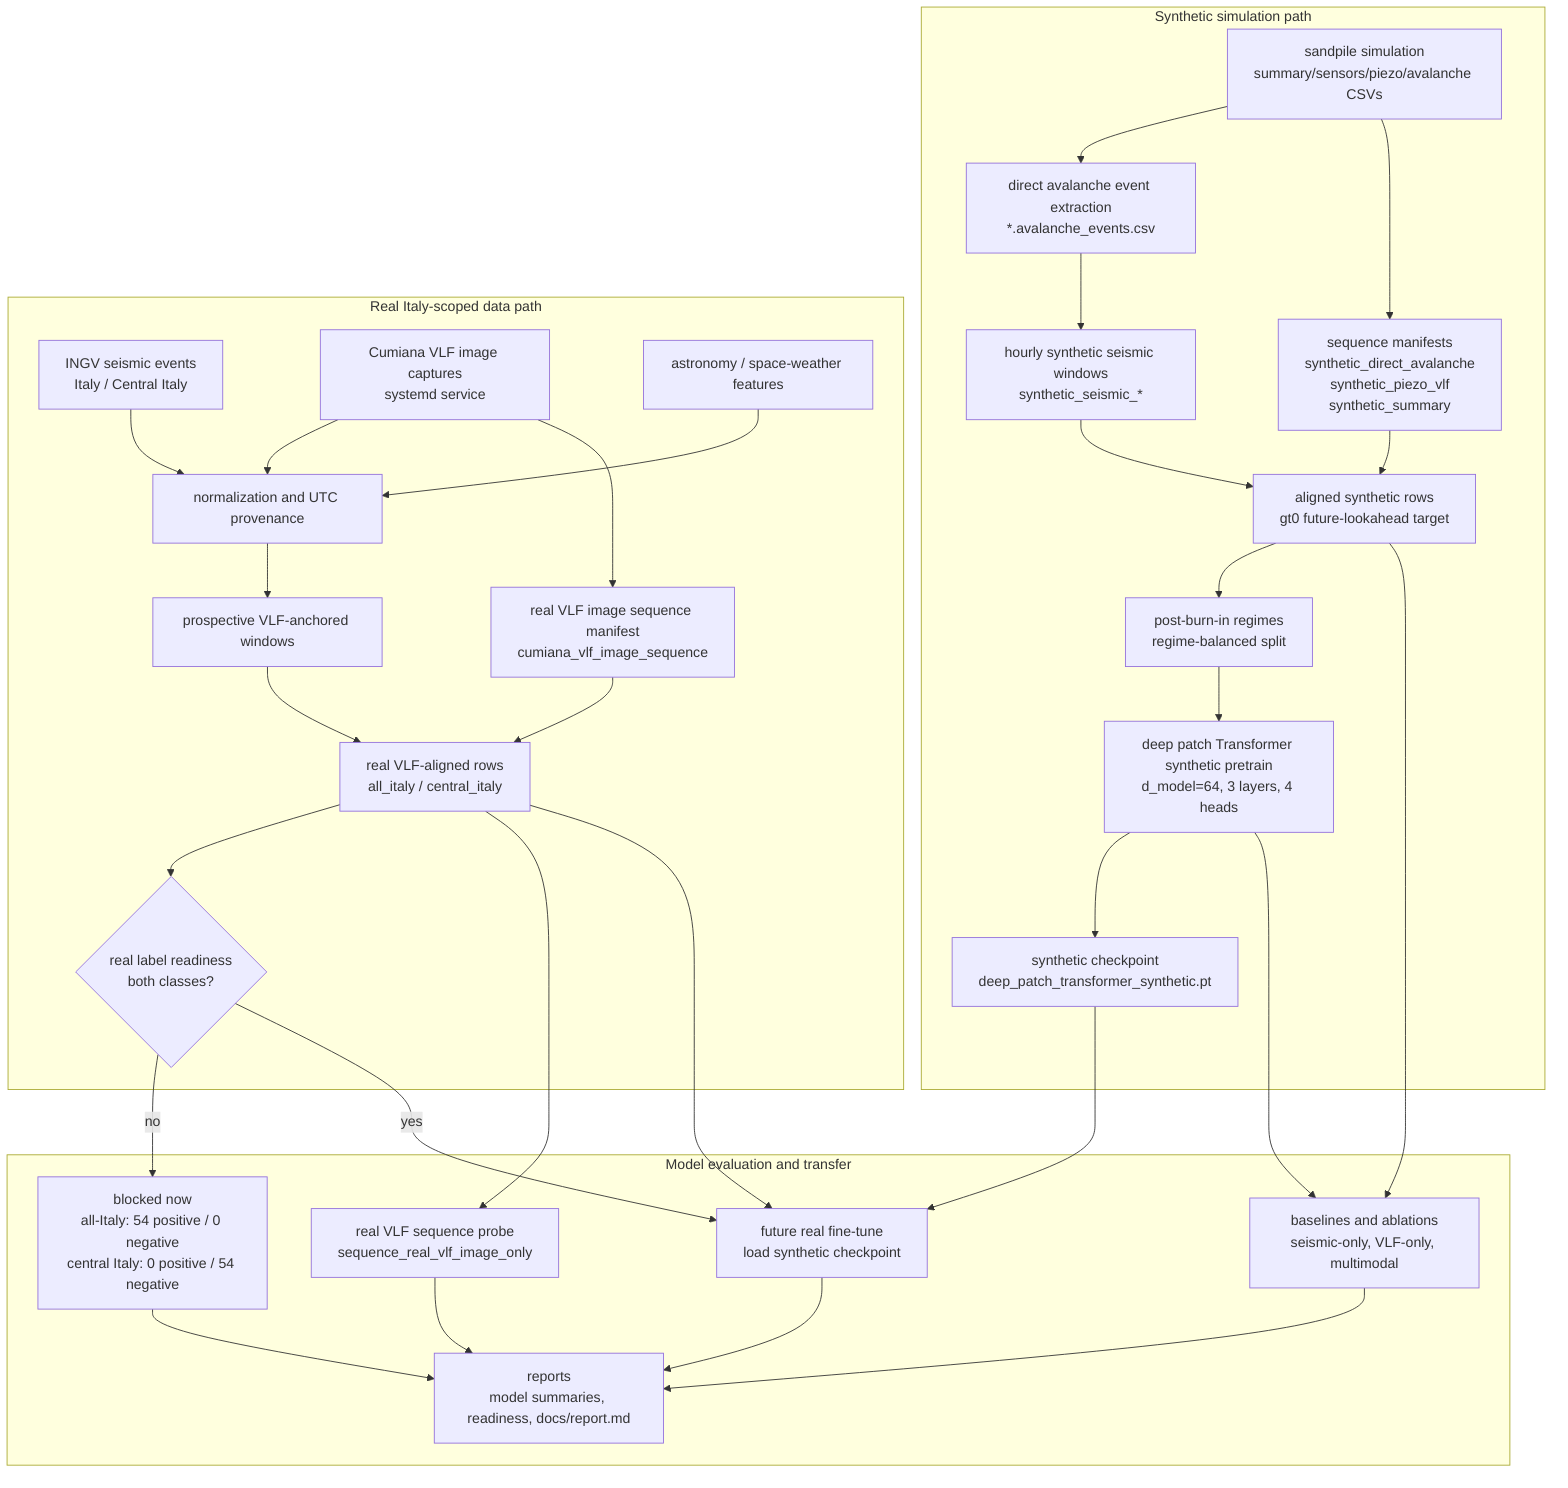
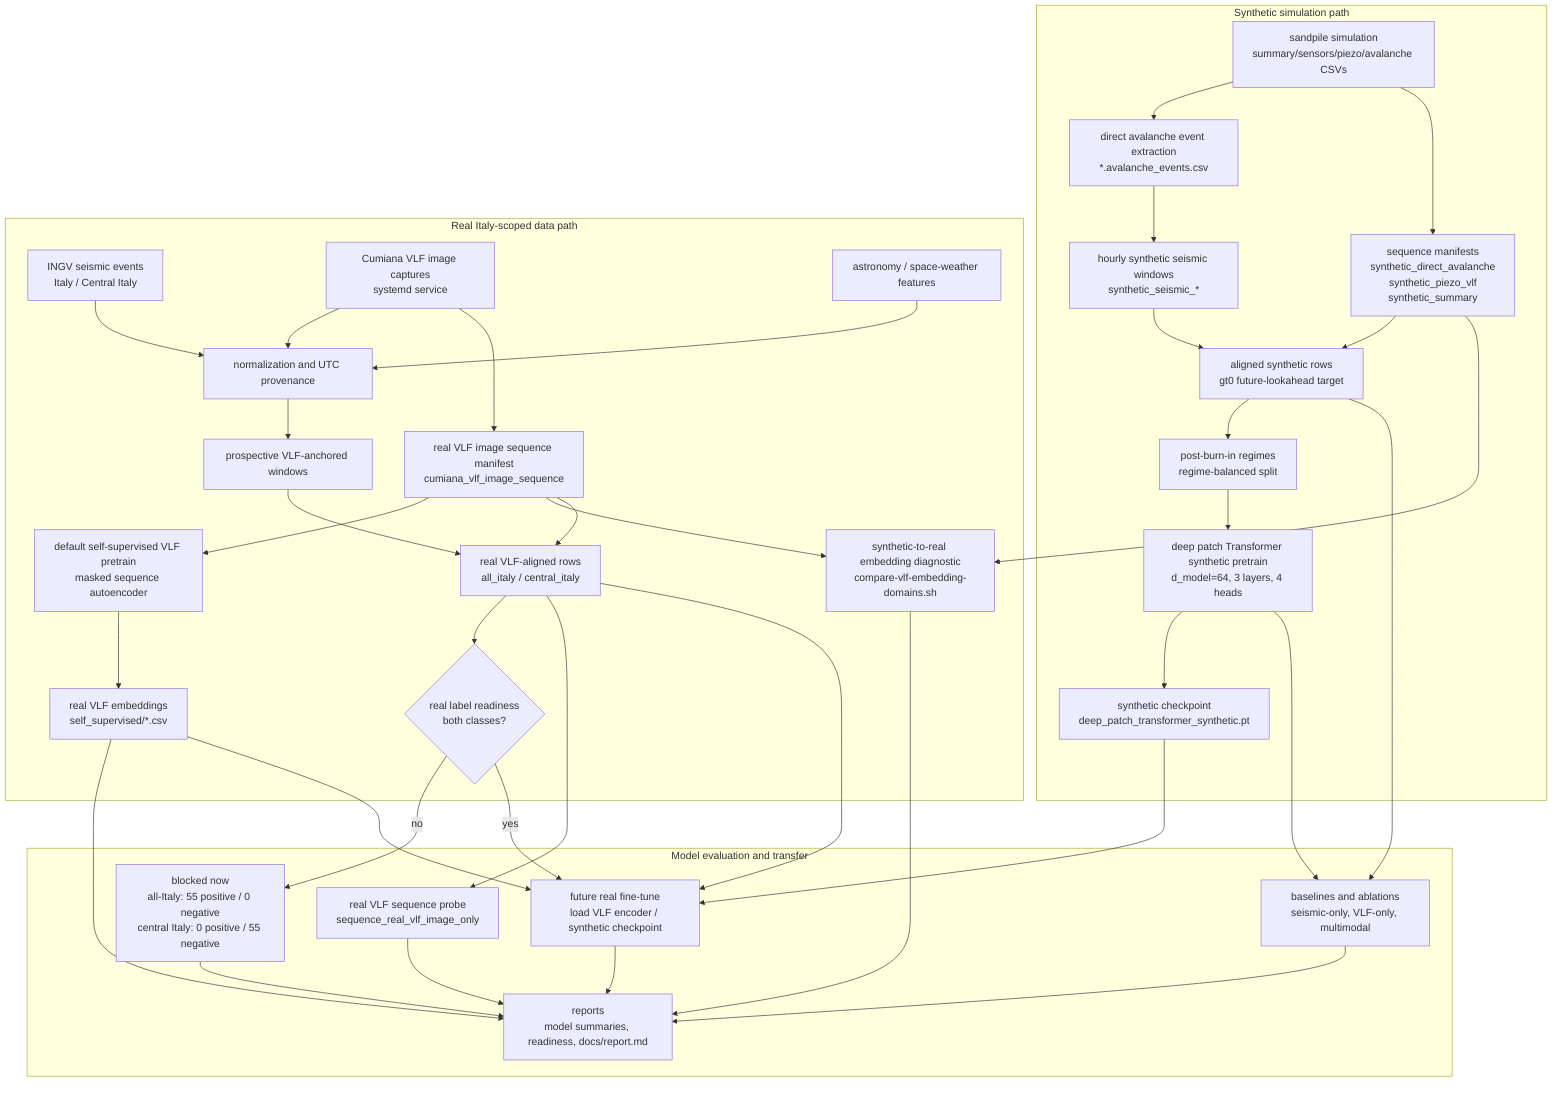
flowchart TD
  subgraph Synthetic["Synthetic simulation path"]
    Sim["sandpile simulation<br/>summary/sensors/piezo/avalanche CSVs"]
    SimEvents["direct avalanche event extraction<br/>*.avalanche_events.csv"]
    SimWindows["hourly synthetic seismic windows<br/>synthetic_seismic_*"]
    SimSeq["sequence manifests<br/>synthetic_direct_avalanche<br/>synthetic_piezo_vlf<br/>synthetic_summary"]
    SimAligned["aligned synthetic rows<br/>gt0 future-lookahead target"]
    Regimes["post-burn-in regimes<br/>regime-balanced split"]
    DeepTrain["deep patch Transformer synthetic pretrain<br/>d_model=64, 3 layers, 4 heads"]
    Checkpoint["synthetic checkpoint<br/>deep_patch_transformer_synthetic.pt"]

    Sim --> SimEvents --> SimWindows
    Sim --> SimSeq
    SimWindows --> SimAligned
    SimSeq --> SimAligned
    SimAligned --> Regimes --> DeepTrain --> Checkpoint
  end

  subgraph Real["Real Italy-scoped data path"]
    INGV["INGV seismic events<br/>Italy / Central Italy"]
    VLF["Cumiana VLF image captures<br/>systemd service"]
    Astro["astronomy / space-weather features"]
    Norm["normalization and UTC provenance"]
    Prospective["prospective VLF-anchored windows"]
    RealSeq["real VLF image sequence manifest<br/>cumiana_vlf_image_sequence"]
+     SelfSup["default self-supervised VLF pretrain<br/>masked sequence autoencoder"]
+     VLFEmbedding["real VLF embeddings<br/>self_supervised/*.csv"]
+     DomainDiag["synthetic-to-real embedding diagnostic<br/>compare-vlf-embedding-domains.sh"]
    RealAligned["real VLF-aligned rows<br/>all_italy / central_italy"]
    Readiness{"real label readiness<br/>both classes?"}

    INGV --> Norm
    VLF --> Norm
    Astro --> Norm
    Norm --> Prospective
    VLF --> RealSeq
+     RealSeq --> SelfSup --> VLFEmbedding
+     RealSeq --> DomainDiag
    Prospective --> RealAligned
    RealSeq --> RealAligned
    RealAligned --> Readiness
  end

  subgraph Modeling["Model evaluation and transfer"]
    Baselines["baselines and ablations<br/>seismic-only, VLF-only, multimodal"]
    Probe["real VLF sequence probe<br/>sequence_real_vlf_image_only"]
-     FineTune["future real fine-tune<br/>load synthetic checkpoint"]
-     Blocked["blocked now<br/>all-Italy: 54 positive / 0 negative<br/>central Italy: 0 positive / 54 negative"]
+     FineTune["future real fine-tune<br/>load VLF encoder / synthetic checkpoint"]
+     Blocked["blocked now<br/>all-Italy: 55 positive / 0 negative<br/>central Italy: 0 positive / 55 negative"]
    Reports["reports<br/>model summaries, readiness, docs/report.md"]

    SimAligned --> Baselines
+     SimSeq --> DomainDiag
    DeepTrain --> Baselines
+     VLFEmbedding --> Reports
+     DomainDiag --> Reports
    RealAligned --> Probe
    Readiness -- no --> Blocked --> Reports
    Readiness -- yes --> FineTune
    Checkpoint --> FineTune
+     VLFEmbedding --> FineTune
    RealAligned --> FineTune
    FineTune --> Reports
    Baselines --> Reports
    Probe --> Reports
  end
